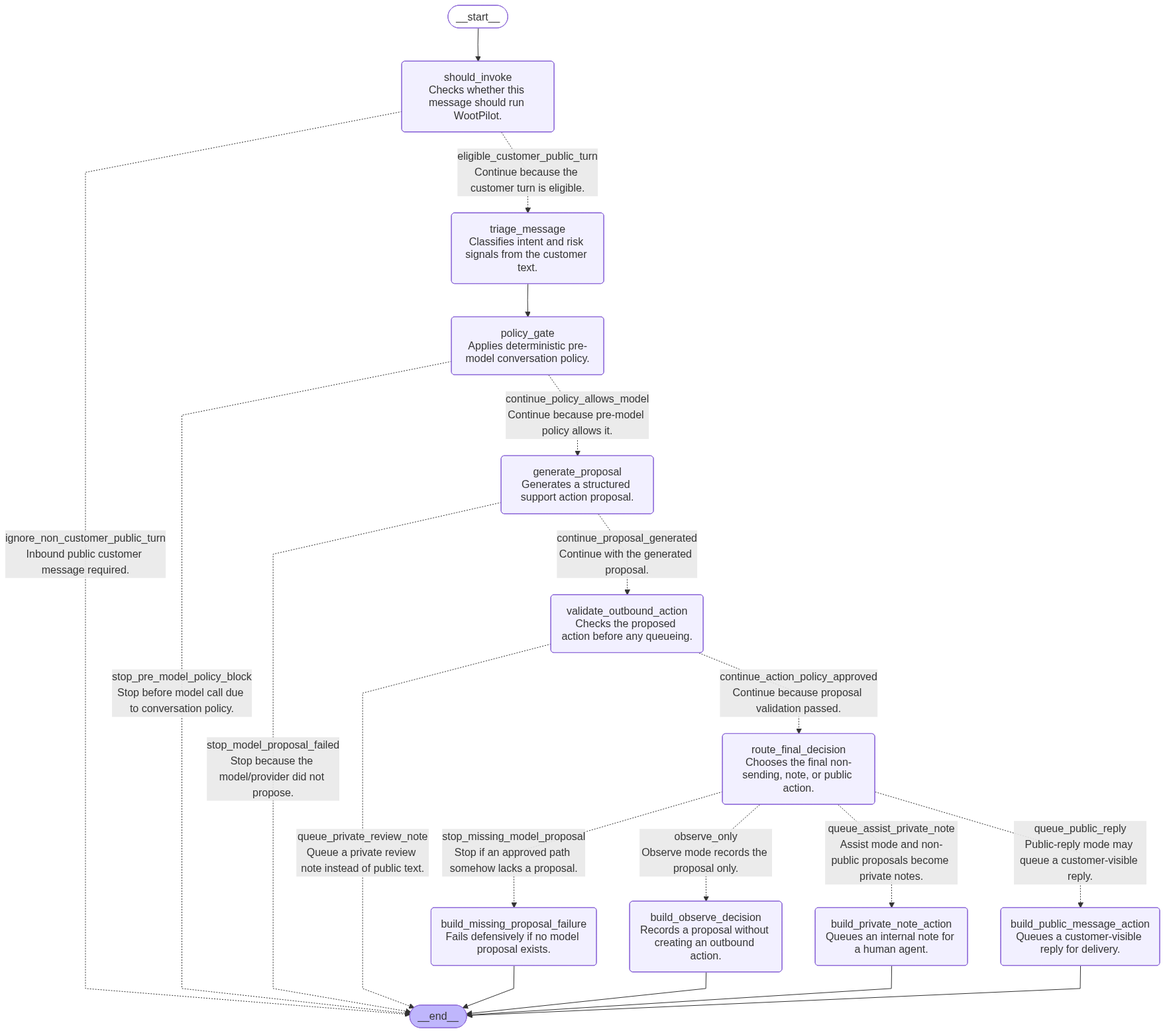
This is docs/reference/support-workflow-graph.png from gustavorahal/wootpilot, a Mermaid export, as it was before one commit. Its source is kept beside it as docs/reference/support-workflow-graph.mmd.
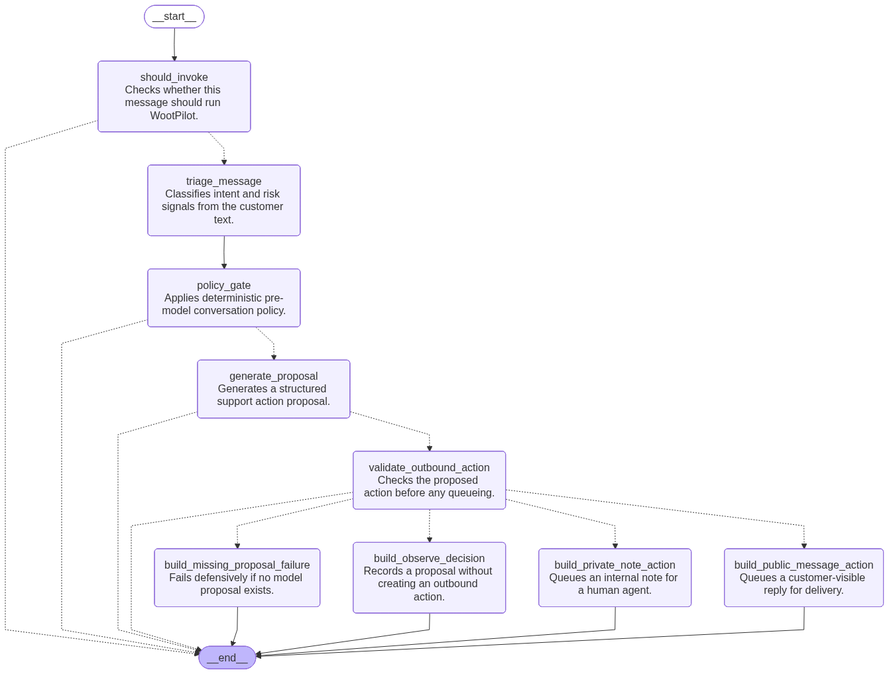
The same diagram one commit later.

Commit message:
Move workflow routing into LangGraph commands

Diff of the diagram source:
```diff
@@ -10,26 +10,24 @@
 	policy_gate("policy_gate<br/>Applies deterministic pre-model conversation policy.")
 	generate_proposal("generate_proposal<br/>Generates a structured support action proposal.")
 	validate_outbound_action("validate_outbound_action<br/>Checks the proposed action before any queueing.")
-	route_final_decision("route_final_decision<br/>Chooses the final non-sending, note, or public action.")
 	build_observe_decision("build_observe_decision<br/>Records a proposal without creating an outbound action.")
 	build_private_note_action("build_private_note_action<br/>Queues an internal note for a human agent.")
 	build_public_message_action("build_public_message_action<br/>Queues a customer-visible reply for delivery.")
 	build_missing_proposal_failure("build_missing_proposal_failure<br/>Fails defensively if no model proposal exists.")
 	__end__([<p>__end__</p>]):::last
 	__start__ --> should_invoke;
-	generate_proposal -. "stop_model_proposal_failed<br/>Stop because the model/provider did not propose." .-> __end__;
-	generate_proposal -. "continue_proposal_generated<br/>Continue with the generated proposal." .-> validate_outbound_action;
-	policy_gate -. "stop_pre_model_policy_block<br/>Stop before model call due to conversation policy." .-> __end__;
-	policy_gate -. "continue_policy_allows_model<br/>Continue because pre-model policy allows it." .-> generate_proposal;
-	route_final_decision -. "stop_missing_model_proposal<br/>Stop if an approved path somehow lacks a proposal." .-> build_missing_proposal_failure;
-	route_final_decision -. "observe_only<br/>Observe mode records the proposal only." .-> build_observe_decision;
-	route_final_decision -. "queue_assist_private_note<br/>Assist mode and non-public proposals become private notes." .-> build_private_note_action;
-	route_final_decision -. "queue_public_reply<br/>Public-reply mode may queue a customer-visible reply." .-> build_public_message_action;
-	should_invoke -. "ignore_non_customer_public_turn<br/>Inbound public customer message required." .-> __end__;
-	should_invoke -. "eligible_customer_public_turn<br/>Continue because the customer turn is eligible." .-> triage_message;
+	generate_proposal -.-> __end__;
+	generate_proposal -.-> validate_outbound_action;
+	policy_gate -.-> __end__;
+	policy_gate -.-> generate_proposal;
+	should_invoke -.-> __end__;
+	should_invoke -.-> triage_message;
 	triage_message --> policy_gate;
-	validate_outbound_action -. "queue_private_review_note<br/>Queue a private review note instead of public text." .-> __end__;
-	validate_outbound_action -. "continue_action_policy_approved<br/>Continue because proposal validation passed." .-> route_final_decision;
+	validate_outbound_action -.-> __end__;
+	validate_outbound_action -.-> build_missing_proposal_failure;
+	validate_outbound_action -.-> build_observe_decision;
+	validate_outbound_action -.-> build_private_note_action;
+	validate_outbound_action -.-> build_public_message_action;
 	build_missing_proposal_failure --> __end__;
 	build_observe_decision --> __end__;
 	build_private_note_action --> __end__;
```
